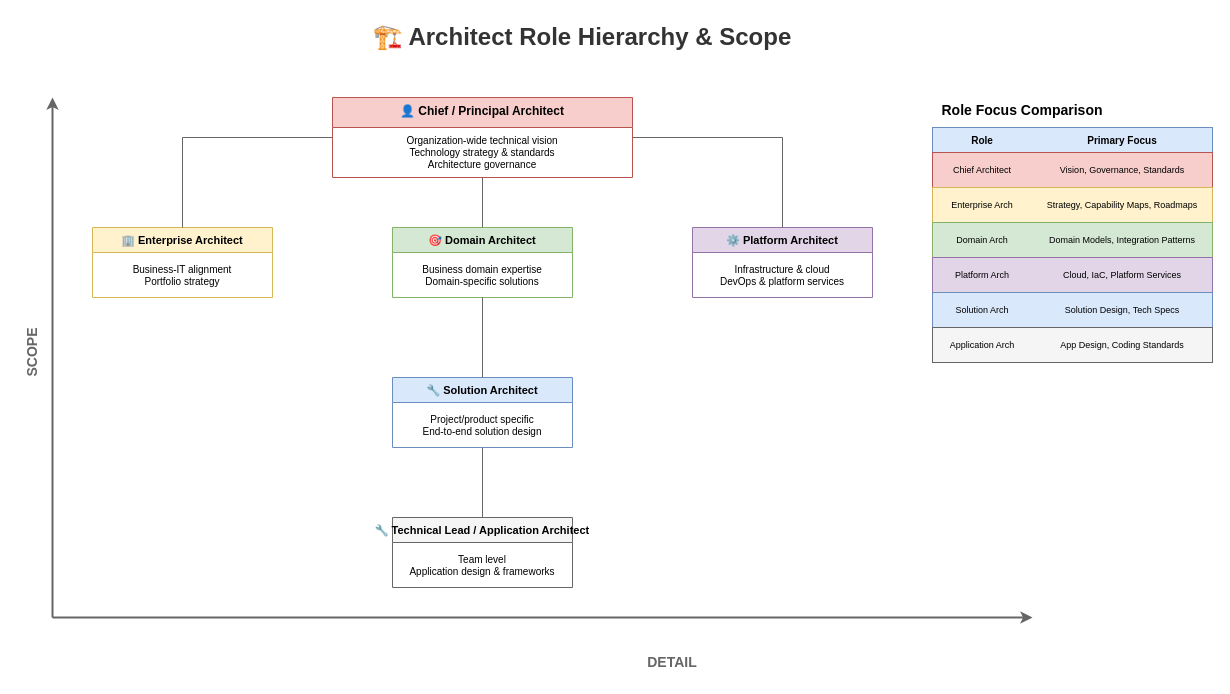
MrParkerZ7/document-lesson-software-architect-x-claude keeps this draw.io diagram as lesson-00-software-architect-overview/02-organizational-positioning/2.4-architect-role-hierarchy.drawio. Above is the earlier version. Source tidied: cells renumbered, new cells numbered last; positions are measured from the earlier drawing's top-left corner, leaving out a move shared by most shapes. Both pictures are drawn from the tidied source at 100%, with x=0, y=0 at pixel (-8, 17).
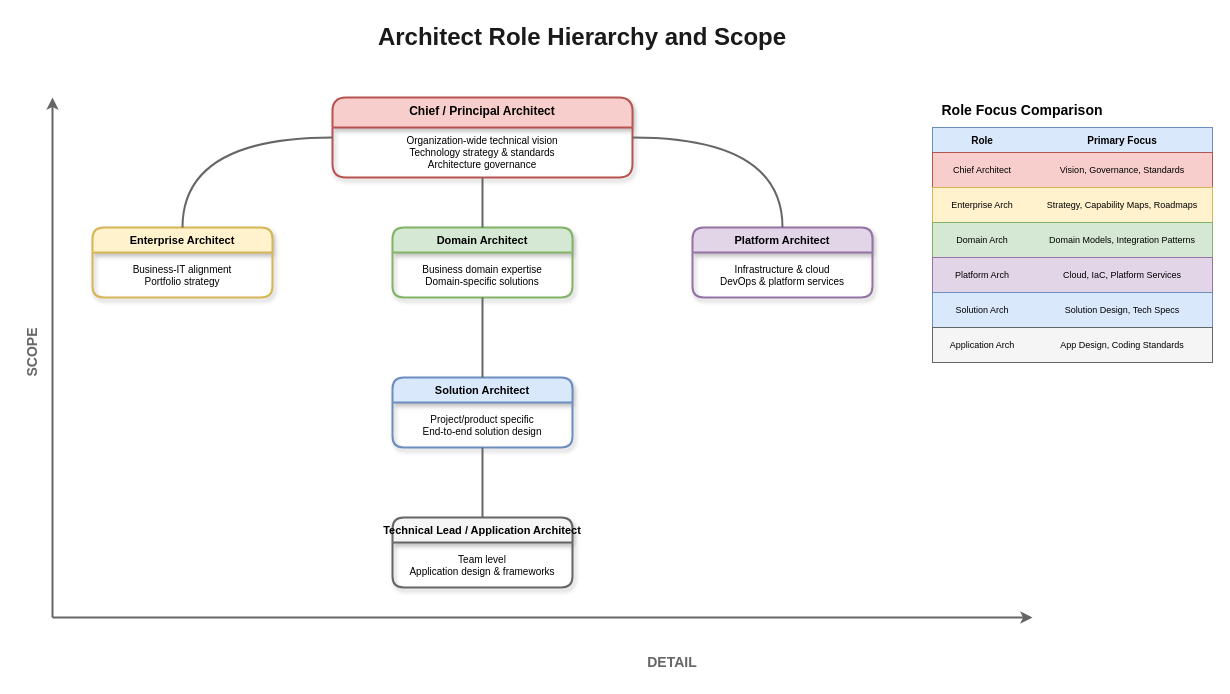
After the change.

What changed in the source:
```diff
@@
-    <mxCell id="2" value="🏗️ Architect Role Hierarchy &amp; Scope" style="text;html=1;strokeColor=none;fillColor=none;align=center;verticalAlign=middle;whiteSpace=wrap;rounded=0;fontSize=24;fontStyle=1;fontColor=#333333;" parent="1" vertex="1">
+    <mxCell id="2" value="Architect Role Hierarchy and Scope" style="text;html=1;strokeColor=none;fillColor=none;align=center;verticalAlign=middle;whiteSpace=wrap;rounded=0;fontSize=24;fontStyle=1;fontColor=#1a1a1a;" parent="1" vertex="1">
       <mxGeometry x="340" width="500" height="40" as="geometry" />
     </mxCell>
@@
-    <mxCell id="7" value="👤 Chief / Principal Architect" style="swimlane;fontStyle=1;align=center;verticalAlign=top;horizontal=1;startSize=30;fillColor=#f8cecc;strokeColor=#b85450;fontSize=12;" parent="1" vertex="1">
+    <mxCell id="7" value="Chief / Principal Architect" style="swimlane;fontStyle=1;align=center;verticalAlign=top;horizontal=1;startSize=30;fillColor=#f8cecc;strokeColor=#b85450;fontSize=12;shadow=1;strokeWidth=2;rounded=1;" parent="1" vertex="1">
       <mxGeometry x="340" y="80" width="300" height="80" as="geometry" />
     </mxCell>
@@
-    <mxCell id="9" value="🏢 Enterprise Architect" style="swimlane;fontStyle=1;align=center;verticalAlign=top;horizontal=1;startSize=25;fillColor=#fff2cc;strokeColor=#d6b656;fontSize=11;" parent="1" vertex="1">
+    <mxCell id="9" value="Enterprise Architect" style="swimlane;fontStyle=1;align=center;verticalAlign=top;horizontal=1;startSize=25;fillColor=#fff2cc;strokeColor=#d6b656;fontSize=11;shadow=1;strokeWidth=2;rounded=1;" parent="1" vertex="1">
       <mxGeometry x="100" y="210" width="180" height="70" as="geometry" />
     </mxCell>
@@
-    <mxCell id="11" value="🎯 Domain Architect" style="swimlane;fontStyle=1;align=center;verticalAlign=top;horizontal=1;startSize=25;fillColor=#d5e8d4;strokeColor=#82b366;fontSize=11;" parent="1" vertex="1">
+    <mxCell id="11" value="Domain Architect" style="swimlane;fontStyle=1;align=center;verticalAlign=top;horizontal=1;startSize=25;fillColor=#d5e8d4;strokeColor=#82b366;fontSize=11;shadow=1;strokeWidth=2;rounded=1;" parent="1" vertex="1">
       <mxGeometry x="400" y="210" width="180" height="70" as="geometry" />
     </mxCell>
@@
-    <mxCell id="13" value="⚙️ Platform Architect" style="swimlane;fontStyle=1;align=center;verticalAlign=top;horizontal=1;startSize=25;fillColor=#e1d5e7;strokeColor=#9673a6;fontSize=11;" parent="1" vertex="1">
+    <mxCell id="13" value="Platform Architect" style="swimlane;fontStyle=1;align=center;verticalAlign=top;horizontal=1;startSize=25;fillColor=#e1d5e7;strokeColor=#9673a6;fontSize=11;shadow=1;strokeWidth=2;rounded=1;" parent="1" vertex="1">
       <mxGeometry x="700" y="210" width="180" height="70" as="geometry" />
     </mxCell>
@@
-    <mxCell id="15" style="edgeStyle=orthogonalEdgeStyle;rounded=0;html=1;strokeColor=#666666;strokeWidth=1;endArrow=none;" parent="1" edge="1" source="7" target="9">
+    <mxCell id="15" style="edgeStyle=orthogonalEdgeStyle;curved=1;rounded=1;html=1;strokeColor=#666666;strokeWidth=2;endArrow=none;jumpStyle=arc;jumpSize=10;" parent="1" edge="1" source="7" target="9">
       <mxGeometry relative="1" as="geometry" />
     </mxCell>
-    <mxCell id="16" style="edgeStyle=orthogonalEdgeStyle;rounded=0;html=1;strokeColor=#666666;strokeWidth=1;endArrow=none;" parent="1" edge="1" source="7" target="11">
+    <mxCell id="16" style="edgeStyle=orthogonalEdgeStyle;curved=1;rounded=1;html=1;strokeColor=#666666;strokeWidth=2;endArrow=none;jumpStyle=arc;jumpSize=10;" parent="1" edge="1" source="7" target="11">
       <mxGeometry relative="1" as="geometry" />
     </mxCell>
-    <mxCell id="17" style="edgeStyle=orthogonalEdgeStyle;rounded=0;html=1;strokeColor=#666666;strokeWidth=1;endArrow=none;" parent="1" edge="1" source="7" target="13">
+    <mxCell id="17" style="edgeStyle=orthogonalEdgeStyle;curved=1;rounded=1;html=1;strokeColor=#666666;strokeWidth=2;endArrow=none;jumpStyle=arc;jumpSize=10;" parent="1" edge="1" source="7" target="13">
       <mxGeometry relative="1" as="geometry" />
     </mxCell>
-    <mxCell id="18" value="🔧 Solution Architect" style="swimlane;fontStyle=1;align=center;verticalAlign=top;horizontal=1;startSize=25;fillColor=#dae8fc;strokeColor=#6c8ebf;fontSize=11;" parent="1" vertex="1">
+    <mxCell id="18" value="Solution Architect" style="swimlane;fontStyle=1;align=center;verticalAlign=top;horizontal=1;startSize=25;fillColor=#dae8fc;strokeColor=#6c8ebf;fontSize=11;shadow=1;strokeWidth=2;rounded=1;" parent="1" vertex="1">
       <mxGeometry x="400" y="360" width="180" height="70" as="geometry" />
     </mxCell>
@@
-    <mxCell id="20" style="edgeStyle=orthogonalEdgeStyle;rounded=0;html=1;strokeColor=#666666;strokeWidth=1;endArrow=none;" parent="1" edge="1" source="11" target="18">
+    <mxCell id="20" style="edgeStyle=orthogonalEdgeStyle;curved=1;rounded=1;html=1;strokeColor=#666666;strokeWidth=2;endArrow=none;jumpStyle=arc;jumpSize=10;" parent="1" edge="1" source="11" target="18">
       <mxGeometry relative="1" as="geometry" />
     </mxCell>
-    <mxCell id="21" value="🔧 Technical Lead / Application Architect" style="swimlane;fontStyle=1;align=center;verticalAlign=top;horizontal=1;startSize=25;fillColor=#f5f5f5;strokeColor=#666666;fontSize=11;" parent="1" vertex="1">
+    <mxCell id="21" value="Technical Lead / Application Architect" style="swimlane;fontStyle=1;align=center;verticalAlign=top;horizontal=1;startSize=25;fillColor=#f5f5f5;strokeColor=#666666;fontSize=11;shadow=1;strokeWidth=2;rounded=1;" parent="1" vertex="1">
       <mxGeometry x="400" y="500" width="180" height="70" as="geometry" />
     </mxCell>
@@
-    <mxCell id="23" style="edgeStyle=orthogonalEdgeStyle;rounded=0;html=1;strokeColor=#666666;strokeWidth=1;endArrow=none;" parent="1" edge="1" source="18" target="21">
+    <mxCell id="23" style="edgeStyle=orthogonalEdgeStyle;curved=1;rounded=1;html=1;strokeColor=#666666;strokeWidth=2;endArrow=none;jumpStyle=arc;jumpSize=10;" parent="1" edge="1" source="18" target="21">
       <mxGeometry relative="1" as="geometry" />
     </mxCell>
```
